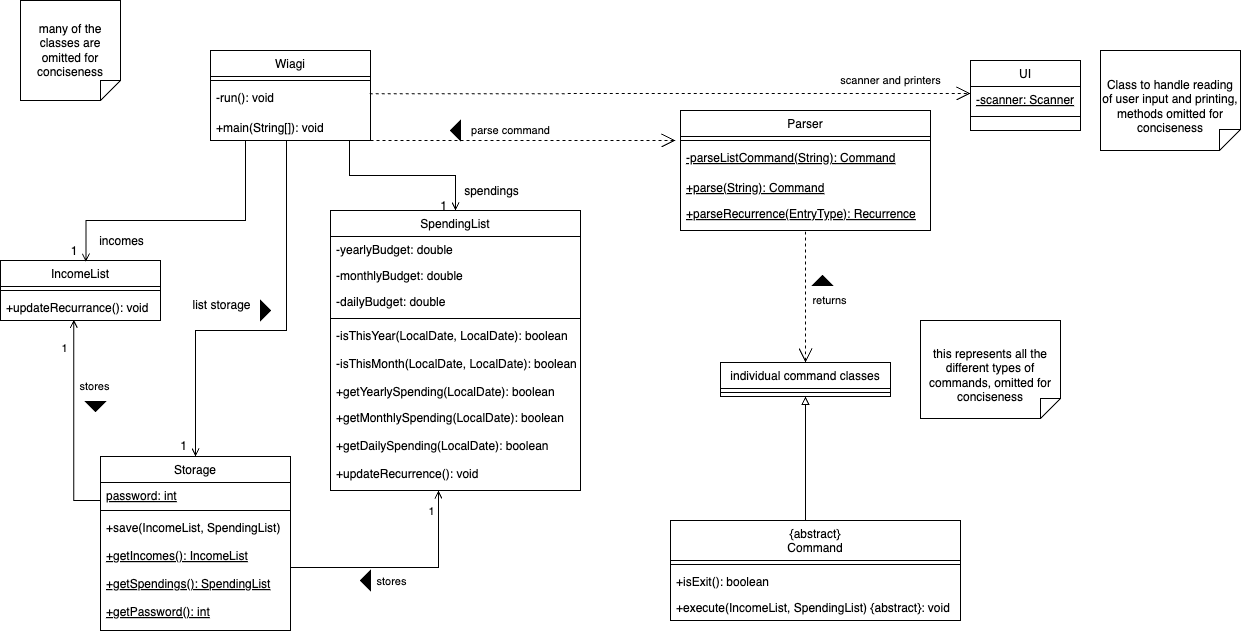
Earlier version of the draw.io export docs/Diagrams/Overall/overallClass.drawio.png (wongwh2002/CS2113TeamProject). Source tidied: cells renumbered, new cells last; positions are measured from the earlier drawing's top-left corner, leaving out a move shared by most shapes.
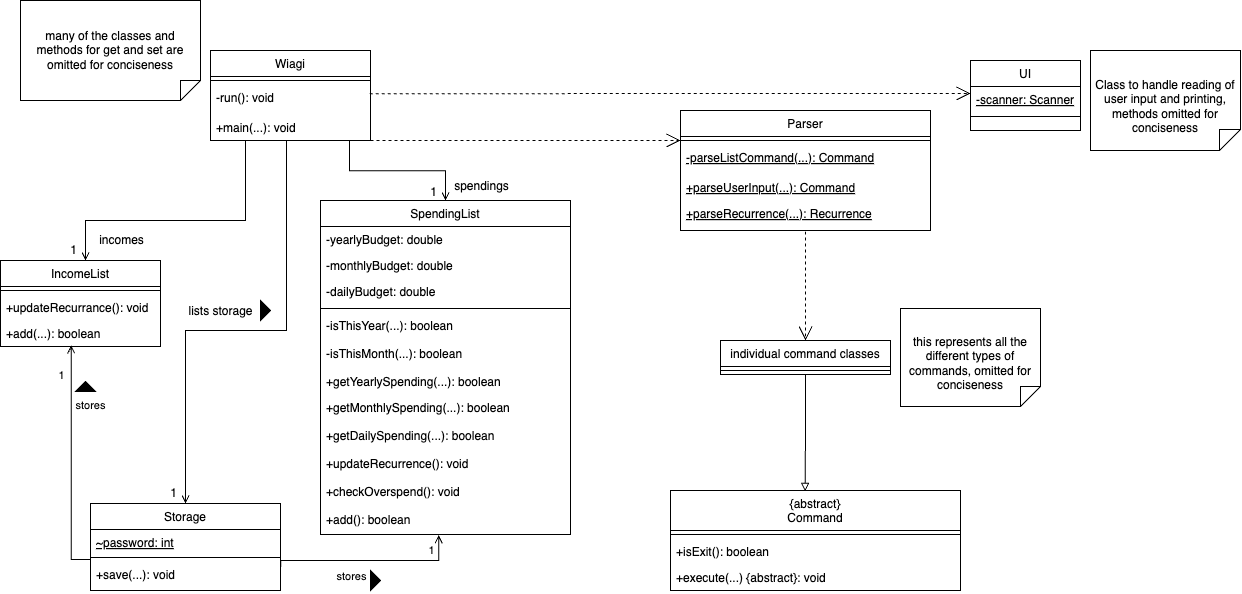
Later version of the same file.

What changed in the source:
```diff
@@ -13,3 +13,3 @@
     </mxCell>
-    <mxCell id="5" value="+main(String[]): void" style="text;align=left;verticalAlign=top;spacingLeft=4;spacingRight=4;overflow=hidden;" parent="2" vertex="1">
+    <mxCell id="5" value="+main(...): void" style="text;align=left;verticalAlign=top;spacingLeft=4;spacingRight=4;overflow=hidden;" parent="2" vertex="1">
       <mxGeometry y="64" width="160" height="26" as="geometry" />
@@ -17,3 +17,3 @@
     <mxCell id="6" value="IncomeList" style="swimlane;fontStyle=0;align=center;verticalAlign=top;horizontal=1;startSize=26;rounded=0;shadow=0;strokeWidth=1;" parent="1" vertex="1">
-      <mxGeometry y="260" width="160" height="60" as="geometry" />
+      <mxGeometry y="260" width="160" height="86" as="geometry" />
     </mxCell>
@@ -25,8 +25,11 @@
     </mxCell>
+    <mxCell id="73" value="+add(...): boolean" style="text;align=left;verticalAlign=top;spacingLeft=4;spacingRight=4;overflow=hidden;points=[[0,0.5],[1,0.5]];portConstraint=eastwest;" parent="6" vertex="1">
+      <mxGeometry y="60" width="160" height="26" as="geometry" />
+    </mxCell>
     <mxCell id="9" value="Storage" style="swimlane;fontStyle=0;align=center;verticalAlign=top;horizontal=1;startSize=26;rounded=0;shadow=0;strokeWidth=1;" parent="1" vertex="1">
-      <mxGeometry x="100" y="456" width="190" height="174" as="geometry" />
+      <mxGeometry x="90" y="503" width="190" height="87" as="geometry" />
     </mxCell>
-    <mxCell id="10" value="password: int" style="text;align=left;verticalAlign=top;spacingLeft=4;spacingRight=4;overflow=hidden;points=[[0,0.5],[1,0.5]];portConstraint=eastwest;fontStyle=4;" parent="9" vertex="1">
-      <mxGeometry y="26" width="190" height="24" as="geometry" />
-    </mxCell>
+    <mxCell id="74" value="~password: int" style="text;align=left;verticalAlign=top;spacingLeft=4;spacingRight=4;overflow=hidden;fontStyle=4;" parent="9" vertex="1">
+      <mxGeometry y="26" width="190" height="24" as="geometry" />
+    </mxCell>
     <mxCell id="11" style="line;html=1;strokeWidth=1;align=left;verticalAlign=middle;spacingTop=-1;spacingLeft=3;spacingRight=3;labelPosition=right;" parent="9" vertex="1">
@@ -34,16 +37,7 @@
     </mxCell>
-    <mxCell id="12" value="+save(IncomeList, SpendingList)" style="text;align=left;verticalAlign=top;spacingLeft=4;spacingRight=4;overflow=hidden;points=[[0,0.5],[1,0.5]];portConstraint=eastwest;" parent="9" vertex="1">
+    <mxCell id="12" value="+save(...): void" style="text;align=left;verticalAlign=top;spacingLeft=4;spacingRight=4;overflow=hidden;points=[[0,0.5],[1,0.5]];portConstraint=eastwest;" parent="9" vertex="1">
       <mxGeometry y="58" width="190" height="28" as="geometry" />
     </mxCell>
-    <mxCell id="13" value="+getIncomes(): IncomeList" style="text;align=left;verticalAlign=top;spacingLeft=4;spacingRight=4;overflow=hidden;fontStyle=4;" parent="9" vertex="1">
-      <mxGeometry y="86" width="190" height="28" as="geometry" />
-    </mxCell>
-    <mxCell id="14" value="+getSpendings(): SpendingList" style="text;align=left;verticalAlign=top;spacingLeft=4;spacingRight=4;overflow=hidden;fontStyle=4;" parent="9" vertex="1">
-      <mxGeometry y="114" width="190" height="28" as="geometry" />
-    </mxCell>
-    <mxCell id="15" value="+getPassword(): int" style="text;align=left;verticalAlign=top;spacingLeft=4;spacingRight=4;overflow=hidden;fontStyle=4;" parent="9" vertex="1">
-      <mxGeometry y="142" width="190" height="28" as="geometry" />
-    </mxCell>
     <mxCell id="16" value="SpendingList" style="swimlane;fontStyle=0;align=center;verticalAlign=top;horizontal=1;startSize=26;rounded=0;shadow=0;strokeWidth=1;" parent="1" vertex="1">
-      <mxGeometry x="330" y="210" width="250" height="280" as="geometry" />
+      <mxGeometry x="320" y="200" width="250" height="334" as="geometry" />
     </mxCell>
@@ -61,15 +55,15 @@
     </mxCell>
-    <mxCell id="21" value="-isThisYear(LocalDate, LocalDate): boolean" style="text;align=left;verticalAlign=top;spacingLeft=4;spacingRight=4;overflow=hidden;" parent="16" vertex="1">
+    <mxCell id="21" value="-isThisYear(...): boolean" style="text;align=left;verticalAlign=top;spacingLeft=4;spacingRight=4;overflow=hidden;" parent="16" vertex="1">
       <mxGeometry y="112" width="250" height="28" as="geometry" />
     </mxCell>
-    <mxCell id="22" value="-isThisMonth(LocalDate, LocalDate): boolean" style="text;align=left;verticalAlign=top;spacingLeft=4;spacingRight=4;overflow=hidden;" parent="16" vertex="1">
+    <mxCell id="22" value="-isThisMonth(...): boolean" style="text;align=left;verticalAlign=top;spacingLeft=4;spacingRight=4;overflow=hidden;" parent="16" vertex="1">
       <mxGeometry y="140" width="250" height="28" as="geometry" />
     </mxCell>
-    <mxCell id="23" value="+getYearlySpending(LocalDate): boolean" style="text;align=left;verticalAlign=top;spacingLeft=4;spacingRight=4;overflow=hidden;" parent="16" vertex="1">
+    <mxCell id="23" value="+getYearlySpending(...): boolean" style="text;align=left;verticalAlign=top;spacingLeft=4;spacingRight=4;overflow=hidden;" parent="16" vertex="1">
       <mxGeometry y="168" width="250" height="26" as="geometry" />
     </mxCell>
-    <mxCell id="24" value="+getMonthlySpending(LocalDate): boolean" style="text;align=left;verticalAlign=top;spacingLeft=4;spacingRight=4;overflow=hidden;" parent="16" vertex="1">
+    <mxCell id="24" value="+getMonthlySpending(...): boolean" style="text;align=left;verticalAlign=top;spacingLeft=4;spacingRight=4;overflow=hidden;" parent="16" vertex="1">
       <mxGeometry y="194" width="250" height="28" as="geometry" />
     </mxCell>
-    <mxCell id="25" value="+getDailySpending(LocalDate): boolean" style="text;align=left;verticalAlign=top;spacingLeft=4;spacingRight=4;overflow=hidden;" parent="16" vertex="1">
+    <mxCell id="25" value="+getDailySpending(...): boolean" style="text;align=left;verticalAlign=top;spacingLeft=4;spacingRight=4;overflow=hidden;" parent="16" vertex="1">
       <mxGeometry y="222" width="250" height="28" as="geometry" />
@@ -79,2 +73,8 @@
     </mxCell>
+    <mxCell id="75" value="+checkOverspend(): void" style="text;align=left;verticalAlign=top;spacingLeft=4;spacingRight=4;overflow=hidden;" parent="16" vertex="1">
+      <mxGeometry y="278" width="250" height="28" as="geometry" />
+    </mxCell>
+    <mxCell id="76" value="+add(): boolean&#10;" style="text;align=left;verticalAlign=top;spacingLeft=4;spacingRight=4;overflow=hidden;points=[[0,0.5],[1,0.5]];portConstraint=eastwest;" parent="16" vertex="1">
+      <mxGeometry y="306" width="250" height="28" as="geometry" />
+    </mxCell>
     <mxCell id="27" style="endArrow=open;shadow=0;strokeWidth=1;rounded=0;curved=0;endFill=1;edgeStyle=elbowEdgeStyle;elbow=vertical;" parent="1" edge="1" target="16">
@@ -92,3 +92,3 @@
       <mxGeometry x="1" relative="1" as="geometry">
-        <mxPoint x="-7" y="4" as="offset" />
+        <mxPoint x="-7" as="offset" />
       </mxGeometry>
@@ -100,5 +100,6 @@
     </mxCell>
-    <mxCell id="31" style="endArrow=open;shadow=0;strokeWidth=1;rounded=0;curved=0;endFill=1;edgeStyle=elbowEdgeStyle;elbow=vertical;entryX=0.534;entryY=0.023;entryDx=0;entryDy=0;entryPerimeter=0;" parent="1" edge="1" target="6">
+    <mxCell id="31" style="endArrow=open;shadow=0;strokeWidth=1;rounded=0;curved=0;endFill=1;edgeStyle=elbowEdgeStyle;elbow=vertical;" parent="1" edge="1">
       <mxGeometry x="0.5" y="41" relative="1" as="geometry">
         <mxPoint x="245" y="140" as="sourcePoint" />
+        <mxPoint x="85" y="260" as="targetPoint" />
         <Array as="points">
@@ -143,11 +144,11 @@
     </mxCell>
-    <mxCell id="38" value="list storage" style="text;html=1;align=center;verticalAlign=middle;labelBackgroundColor=none;rounded=0;shadow=0;strokeWidth=1;fontSize=12;" parent="35" vertex="1">
+    <mxCell id="38" value="lists storage" style="text;html=1;align=center;verticalAlign=middle;labelBackgroundColor=none;rounded=0;shadow=0;strokeWidth=1;fontSize=12;" parent="35" vertex="1">
       <mxGeometry x="0.5" y="49" relative="1" as="geometry">
-        <mxPoint x="-24" y="-50" as="offset" />
+        <mxPoint x="-14" y="-76" as="offset" />
       </mxGeometry>
     </mxCell>
-    <mxCell id="39" style="edgeStyle=orthogonalEdgeStyle;rounded=0;jettySize=auto;html=1;entryX=0.458;entryY=0.974;entryDx=0;entryDy=0;entryPerimeter=0;endArrow=open;endFill=0;" parent="1" edge="1" source="10" target="8">
+    <mxCell id="39" style="edgeStyle=orthogonalEdgeStyle;rounded=0;jettySize=auto;html=1;endArrow=open;endFill=0;entryX=0.442;entryY=0.952;entryDx=0;entryDy=0;entryPerimeter=0;exitX=-0.001;exitY=-0.071;exitDx=0;exitDy=0;exitPerimeter=0;" parent="1" edge="1" source="12" target="73">
       <mxGeometry relative="1" as="geometry">
         <Array as="points">
-          <mxPoint x="73" y="500" />
+          <mxPoint x="71" y="559" />
         </Array>
@@ -162,3 +163,3 @@
       <mxGeometry x="0.82" y="-3" relative="1" as="geometry">
-        <mxPoint x="17" y="48" as="offset" />
+        <mxPoint x="16" y="39" as="offset" />
       </mxGeometry>
@@ -175,8 +176,7 @@
     </mxCell>
-    <mxCell id="44" style="edgeStyle=orthogonalEdgeStyle;rounded=0;orthogonalLoop=1;jettySize=auto;html=1;endArrow=open;endFill=0;" parent="1" edge="1">
+    <mxCell id="44" style="edgeStyle=orthogonalEdgeStyle;rounded=0;jettySize=auto;html=1;endArrow=open;endFill=0;exitX=1.001;exitY=0.206;exitDx=0;exitDy=0;exitPerimeter=0;entryX=0.473;entryY=1.022;entryDx=0;entryDy=0;entryPerimeter=0;" parent="1" edge="1" source="12" target="76">
       <mxGeometry relative="1" as="geometry">
-        <mxPoint x="290" y="567" as="sourcePoint" />
-        <mxPoint x="438" y="490" as="targetPoint" />
         <Array as="points">
-          <mxPoint x="438" y="567" />
+          <mxPoint x="280" y="560" />
+          <mxPoint x="438" y="560" />
         </Array>
@@ -186,3 +186,3 @@
       <mxGeometry x="0.78" y="1" relative="1" as="geometry">
-        <mxPoint x="-47" y="65" as="offset" />
+        <mxPoint x="-87" y="20" as="offset" />
       </mxGeometry>
@@ -191,3 +191,3 @@
       <mxGeometry x="0.82" y="2" relative="1" as="geometry">
-        <mxPoint x="-6" as="offset" />
+        <mxPoint x="-6" y="-2" as="offset" />
       </mxGeometry>
@@ -203,3 +203,3 @@
     </mxCell>
-    <mxCell id="50" value="scanner and printers" style="endArrow=open;endSize=12;dashed=1;html=1;rounded=0;exitX=0.995;exitY=0.359;exitDx=0;exitDy=0;exitPerimeter=0;entryX=0;entryY=0.5;entryDx=0;entryDy=0;" parent="1" edge="1">
+    <mxCell id="50" style="endArrow=open;endSize=12;dashed=1;html=1;rounded=0;exitX=0.995;exitY=0.359;exitDx=0;exitDy=0;exitPerimeter=0;entryX=0;entryY=0.5;entryDx=0;entryDy=0;" parent="1" edge="1">
       <mxGeometry x="0.73" y="13" relative="1" as="geometry">
@@ -218,15 +218,14 @@
     </mxCell>
-    <mxCell id="53" value="-parseListCommand(String): Command" style="text;align=left;verticalAlign=top;spacingLeft=4;spacingRight=4;overflow=hidden;fontStyle=4;" parent="51" vertex="1">
+    <mxCell id="53" value="-parseListCommand(...): Command" style="text;align=left;verticalAlign=top;spacingLeft=4;spacingRight=4;overflow=hidden;fontStyle=4;" parent="51" vertex="1">
       <mxGeometry y="34" width="250" height="30" as="geometry" />
     </mxCell>
-    <mxCell id="54" value="+parse(String): Command" style="text;align=left;verticalAlign=top;spacingLeft=4;spacingRight=4;overflow=hidden;fontStyle=4;" parent="51" vertex="1">
+    <mxCell id="54" value="+parseUserInput(...): Command" style="text;align=left;verticalAlign=top;spacingLeft=4;spacingRight=4;overflow=hidden;fontStyle=4;" parent="51" vertex="1">
       <mxGeometry y="64" width="250" height="26" as="geometry" />
     </mxCell>
-    <mxCell id="55" value="+parseRecurrence(EntryType): Recurrence" style="text;align=left;verticalAlign=top;spacingLeft=4;spacingRight=4;overflow=hidden;fontStyle=4;" parent="51" vertex="1">
+    <mxCell id="55" value="+parseRecurrence(...): Recurrence" style="text;align=left;verticalAlign=top;spacingLeft=4;spacingRight=4;overflow=hidden;fontStyle=4;" parent="51" vertex="1">
       <mxGeometry y="90" width="250" height="30" as="geometry" />
     </mxCell>
-    <mxCell id="56" value="parse command" style="endArrow=open;endSize=12;dashed=1;html=1;rounded=0;" parent="1" edge="1">
+    <mxCell id="56" style="endArrow=open;endSize=12;dashed=1;html=1;rounded=0;" parent="1" edge="1" target="52">
       <mxGeometry x="-0.08" y="10" relative="1" as="geometry">
         <mxPoint x="370" y="140" as="sourcePoint" />
-        <mxPoint x="675" y="140" as="targetPoint" />
         <Array as="points">
@@ -236,7 +235,7 @@
     </mxCell>
-    <mxCell id="57" style="edgeStyle=orthogonalEdgeStyle;rounded=0;jettySize=auto;html=1;exitX=0.5;exitY=0;exitDx=0;exitDy=0;entryX=0.5;entryY=1;entryDx=0;entryDy=0;endArrow=block;endFill=0;" parent="1" edge="1" source="58" target="62">
+    <mxCell id="57" style="edgeStyle=orthogonalEdgeStyle;rounded=0;jettySize=auto;html=1;exitX=0.5;exitY=1;exitDx=0;exitDy=0;endArrow=block;endFill=0;entryX=0.464;entryY=0.009;entryDx=0;entryDy=0;entryPerimeter=0;" parent="1" edge="1" source="62" target="58">
       <mxGeometry relative="1" as="geometry">
         <Array as="points">
-          <mxPoint x="805" y="480" />
-          <mxPoint x="805" y="480" />
+          <mxPoint x="805" y="430" />
+          <mxPoint x="805" y="430" />
         </Array>
@@ -245,3 +244,3 @@
     <mxCell id="58" value="&lt;span style=&quot;font-weight: 400;&quot;&gt;{abstract}&lt;br&gt;Command&lt;/span&gt;" style="swimlane;fontStyle=1;align=center;verticalAlign=top;horizontal=1;startSize=40;whiteSpace=wrap;html=1;" parent="1" vertex="1">
-      <mxGeometry x="670" y="520" width="290" height="100" as="geometry" />
+      <mxGeometry x="670" y="490" width="290" height="100" as="geometry" />
     </mxCell>
@@ -253,3 +252,3 @@
     </mxCell>
-    <mxCell id="61" value="+execute(IncomeList, SpendingList) {abstract}: void" style="text;strokeColor=none;fillColor=none;align=left;verticalAlign=top;spacingLeft=4;spacingRight=4;overflow=hidden;whiteSpace=wrap;html=1;" parent="58" vertex="1">
+    <mxCell id="61" value="+execute(...) {abstract}: void" style="text;strokeColor=none;fillColor=none;align=left;verticalAlign=top;spacingLeft=4;spacingRight=4;overflow=hidden;whiteSpace=wrap;html=1;" parent="58" vertex="1">
       <mxGeometry y="74" width="290" height="26" as="geometry" />
@@ -257,3 +256,3 @@
     <mxCell id="62" value="&lt;span style=&quot;font-weight: normal;&quot;&gt;individual command classes&lt;/span&gt;" style="swimlane;fontStyle=1;align=center;verticalAlign=top;horizontal=1;startSize=26;whiteSpace=wrap;html=1;" parent="1" vertex="1">
-      <mxGeometry x="720" y="362" width="170" height="34" as="geometry" />
+      <mxGeometry x="720" y="340" width="170" height="34" as="geometry" />
     </mxCell>
@@ -262,4 +261,4 @@
     </mxCell>
-    <mxCell id="64" value="returns" style="endArrow=open;endSize=12;dashed=1;html=1;rounded=0;entryX=0.5;entryY=0;entryDx=0;entryDy=0;" parent="1" edge="1" target="62">
-      <mxGeometry x="0.06" y="24" relative="1" as="geometry">
+    <mxCell id="64" style="endArrow=open;endSize=12;dashed=1;html=1;rounded=0;entryX=0.5;entryY=0;entryDx=0;entryDy=0;" parent="1" edge="1" target="62">
+      <mxGeometry x="0.05" y="25" relative="1" as="geometry">
         <mxPoint x="805" y="231" as="sourcePoint" />
@@ -267,26 +266,20 @@
     </mxCell>
-    <mxCell id="65" value="many of the classes are omitted for conciseness" style="shape=note;size=20;whiteSpace=wrap;html=1;flipV=1;" parent="1" vertex="1">
-      <mxGeometry x="20" width="100" height="100" as="geometry" />
+    <mxCell id="65" value="many of the classes and methods for get and set are omitted for conciseness" style="shape=note;size=20;whiteSpace=wrap;html=1;flipV=1;" parent="1" vertex="1">
+      <mxGeometry x="20" width="180" height="100" as="geometry" />
     </mxCell>
     <mxCell id="66" value="Class to handle reading of user input and printing, methods omitted for conciseness" style="shape=note2;boundedLbl=1;whiteSpace=wrap;html=1;size=21;verticalAlign=top;align=center;flipV=1;" parent="1" vertex="1">
-      <mxGeometry x="1100" y="50" width="140" height="100" as="geometry" />
+      <mxGeometry x="1090" y="50" width="150" height="100" as="geometry" />
     </mxCell>
     <mxCell id="67" value="this represents all the different types of commands, omitted for conciseness" style="shape=note2;boundedLbl=1;whiteSpace=wrap;html=1;size=20;verticalAlign=top;align=center;flipV=1;" parent="1" vertex="1">
-      <mxGeometry x="920" y="320" width="140" height="98" as="geometry" />
+      <mxGeometry x="900" y="308" width="140" height="98" as="geometry" />
     </mxCell>
-    <mxCell id="68" style="triangle;whiteSpace=wrap;html=1;fillColor=#000000;rotation=-90;" parent="1" vertex="1">
-      <mxGeometry x="817" y="270" width="10" height="20" as="geometry" />
-    </mxCell>
-    <mxCell id="69" style="triangle;whiteSpace=wrap;html=1;fillColor=#000000;rotation=-180;" parent="1" vertex="1">
-      <mxGeometry x="450" y="120" width="10" height="20" as="geometry" />
-    </mxCell>
-    <mxCell id="70" style="triangle;whiteSpace=wrap;html=1;fillColor=#000000;rotation=0;" parent="1" vertex="1">
-      <mxGeometry x="260" y="300" width="10" height="20" as="geometry" />
-    </mxCell>
-    <mxCell id="71" style="triangle;whiteSpace=wrap;html=1;fillColor=#000000;rotation=90;" parent="1" vertex="1">
-      <mxGeometry x="90" y="396" width="10" height="20" as="geometry" />
+    <mxCell id="71" style="triangle;whiteSpace=wrap;html=1;fillColor=#000000;rotation=-90;" parent="1" vertex="1">
+      <mxGeometry x="80" y="376" width="10" height="20" as="geometry" />
     </mxCell>
-    <mxCell id="72" style="triangle;whiteSpace=wrap;html=1;fillColor=#000000;rotation=-180;" parent="1" vertex="1">
-      <mxGeometry x="360" y="570" width="10" height="20" as="geometry" />
+    <mxCell id="72" style="triangle;whiteSpace=wrap;html=1;fillColor=#000000;rotation=0;" parent="1" vertex="1">
+      <mxGeometry x="370" y="570" width="10" height="20" as="geometry" />
     </mxCell>
+    <mxCell id="70" style="triangle;whiteSpace=wrap;html=1;fillColor=#000000;rotation=0;" parent="1" vertex="1">
+      <mxGeometry x="260" y="300" width="10" height="20" as="geometry" />
+    </mxCell>
   </root>
```
